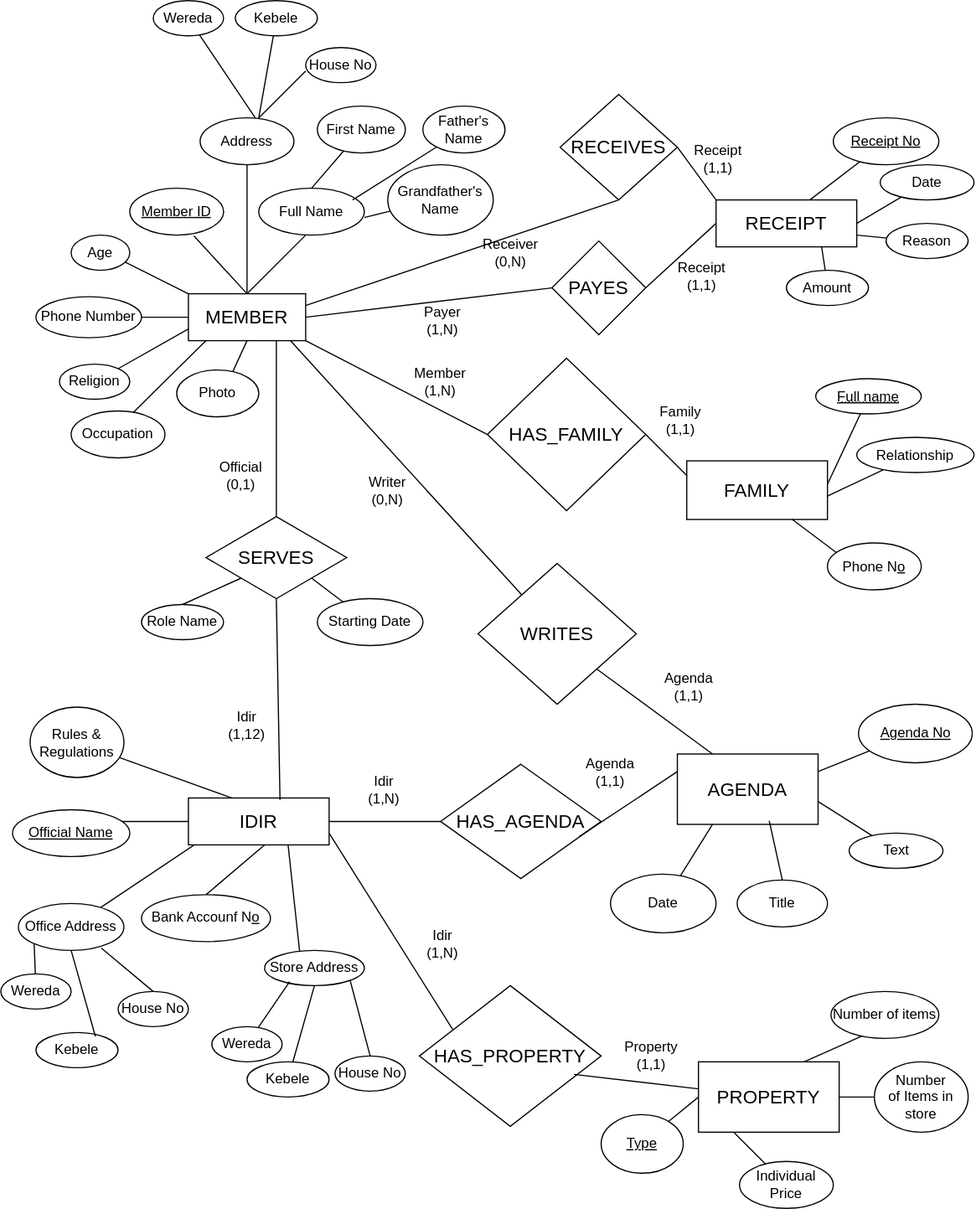
abe16s/IDIR keeps this draw.io diagram as Database/ER-Diagram_of_IDIR.svg. Above is the earlier version. Source tidied: cells renumbered, new cells last; positions are measured from the earlier drawing's top-left corner, leaving out a move shared by most shapes.
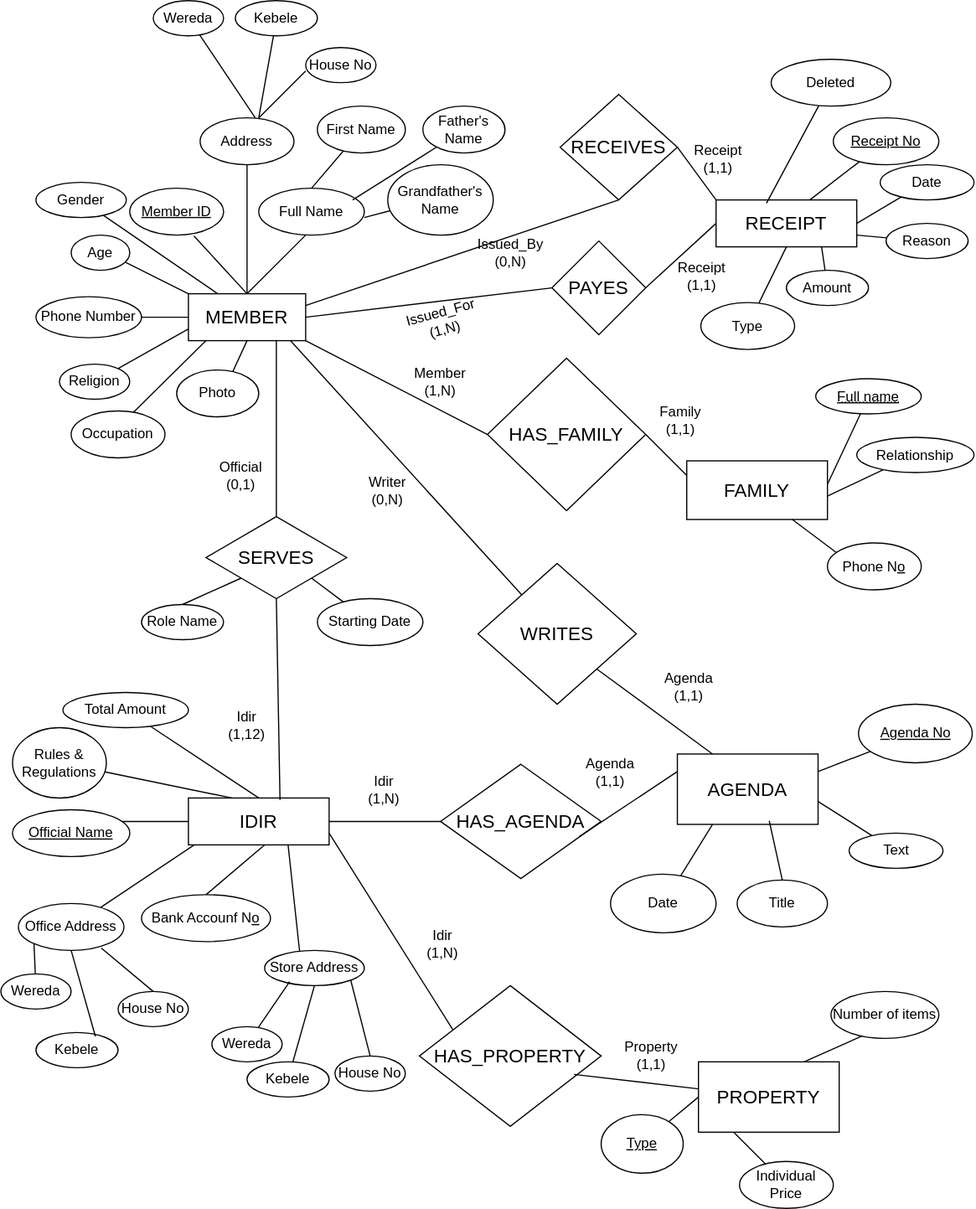
Above is the later version.

The edit, as a diff of the source:
```diff
@@ -298,14 +298,6 @@
     <mxCell id="79" value="Individual Price" style="ellipse;whiteSpace=wrap;html=1;" parent="1" vertex="1">
       <mxGeometry x="630" y="990" width="80" height="40" as="geometry" />
     </mxCell>
-    <mxCell id="80" style="endArrow=none;html=1;rounded=0;entryX=1;entryY=0.5;entryDx=0;entryDy=0;" parent="1" edge="1" target="65">
-      <mxGeometry relative="1" as="geometry">
-        <mxPoint x="762" y="935" as="sourcePoint" />
-      </mxGeometry>
-    </mxCell>
-    <mxCell id="81" value="Number&lt;br/&gt;of Items in store" style="ellipse;whiteSpace=wrap;html=1;" parent="1" vertex="1">
-      <mxGeometry x="745" y="905" width="80" height="60" as="geometry" />
-    </mxCell>
     <mxCell id="82" style="endArrow=none;html=1;rounded=0;labelBackgroundColor=none;fontColor=default;" parent="1" edge="1" target="83">
       <mxGeometry relative="1" as="geometry">
         <mxPoint x="703.5" y="240" as="sourcePoint" />
@@ -320,7 +312,7 @@
       </mxGeometry>
     </mxCell>
     <mxCell id="85" value="Rules &amp;amp; Regulations" style="ellipse;whiteSpace=wrap;html=1;" parent="1" vertex="1">
-      <mxGeometry x="25" y="602.5" width="80" height="60" as="geometry" />
+      <mxGeometry x="10" y="620" width="80" height="60" as="geometry" />
     </mxCell>
     <mxCell id="86" value="&lt;font style=&quot;font-size: 16px;&quot;&gt;HAS_AGENDA&lt;/font&gt;" style="rhombus;whiteSpace=wrap;html=1;" parent="1" vertex="1">
       <mxGeometry x="375" y="651.2" width="137" height="97.5" as="geometry" />
@@ -447,10 +439,10 @@
     <mxCell id="126" value="Family&lt;br&gt;(1,1)" style="text;html=1;strokeColor=none;fillColor=none;align=center;verticalAlign=middle;whiteSpace=wrap;rounded=0;" parent="1" vertex="1">
       <mxGeometry x="550" y="342.5" width="60" height="30" as="geometry" />
     </mxCell>
-    <mxCell id="127" value="Payer&lt;br&gt;(1,N)" style="text;html=1;strokeColor=none;fillColor=none;align=center;verticalAlign=middle;whiteSpace=wrap;rounded=0;" parent="1" vertex="1">
+    <mxCell id="127" value="Issued_For&lt;br&gt;(1,N)" style="text;html=1;strokeColor=none;fillColor=none;align=center;verticalAlign=middle;whiteSpace=wrap;rounded=0;rotation=-15;" parent="1" vertex="1">
       <mxGeometry x="347" y="257.5" width="60" height="30" as="geometry" />
     </mxCell>
-    <mxCell id="128" value="Receiver&lt;br&gt;(0,N)" style="text;html=1;strokeColor=none;fillColor=none;align=center;verticalAlign=middle;whiteSpace=wrap;rounded=0;" parent="1" vertex="1">
+    <mxCell id="128" value="Issued_By&lt;br&gt;(0,N)" style="text;html=1;strokeColor=none;fillColor=none;align=center;verticalAlign=middle;whiteSpace=wrap;rounded=0;" parent="1" vertex="1">
       <mxGeometry x="405" y="200" width="60" height="30" as="geometry" />
     </mxCell>
     <mxCell id="129" value="Receipt&lt;br&gt;(1,1)" style="text;html=1;strokeColor=none;fillColor=none;align=center;verticalAlign=middle;whiteSpace=wrap;rounded=0;" parent="1" vertex="1">
@@ -459,5 +451,46 @@
     <mxCell id="130" value="Receipt&lt;br&gt;(1,1)" style="text;html=1;strokeColor=none;fillColor=none;align=center;verticalAlign=middle;whiteSpace=wrap;rounded=0;" parent="1" vertex="1">
       <mxGeometry x="582" y="120" width="60" height="30" as="geometry" />
     </mxCell>
+    <mxCell id="131" style="endArrow=none;html=1;rounded=0;entryX=0.25;entryY=0;entryDx=0;entryDy=0;" parent="1" edge="1" source="133" target="2">
+      <mxGeometry relative="1" as="geometry" />
+    </mxCell>
+    <mxCell id="132" style="endArrow=none;html=1;rounded=0;entryX=0.25;entryY=0;entryDx=0;entryDy=0;" parent="1" edge="1" target="133">
+      <mxGeometry relative="1" as="geometry">
+        <mxPoint x="67" y="160" as="sourcePoint" />
+      </mxGeometry>
+    </mxCell>
+    <mxCell id="133" value="Gender" style="ellipse;whiteSpace=wrap;html=1;" parent="1" vertex="1">
+      <mxGeometry x="30" y="155" width="77" height="30" as="geometry" />
+    </mxCell>
+    <mxCell id="134" style="endArrow=none;html=1;rounded=0;" parent="1" edge="1" source="136">
+      <mxGeometry relative="1" as="geometry">
+        <mxPoint x="220" y="680" as="targetPoint" />
+      </mxGeometry>
+    </mxCell>
+    <mxCell id="135" style="endArrow=none;html=1;rounded=0;entryX=0.416;entryY=0.168;entryDx=0;entryDy=0;entryPerimeter=0;" parent="1" edge="1" target="136">
+      <mxGeometry relative="1" as="geometry">
+        <mxPoint x="137" y="610" as="sourcePoint" />
+      </mxGeometry>
+    </mxCell>
+    <mxCell id="136" value="Total Amount" style="ellipse;whiteSpace=wrap;html=1;" parent="1" vertex="1">
+      <mxGeometry x="53" y="590" width="107" height="30" as="geometry" />
+    </mxCell>
+    <mxCell id="137" style="endArrow=none;html=1;rounded=0;entryX=0.358;entryY=0.072;entryDx=0;entryDy=0;entryPerimeter=0;" parent="1" edge="1" source="139" target="43">
+      <mxGeometry relative="1" as="geometry" />
+    </mxCell>
+    <mxCell id="138" style="endArrow=none;html=1;rounded=0;entryX=0.358;entryY=0.072;entryDx=0;entryDy=0;entryPerimeter=0;" parent="1" edge="1" target="139">
+      <mxGeometry relative="1" as="geometry">
+        <mxPoint x="677" y="70" as="sourcePoint" />
+      </mxGeometry>
+    </mxCell>
+    <mxCell id="139" value="Deleted" style="ellipse;whiteSpace=wrap;html=1;" parent="1" vertex="1">
+      <mxGeometry x="657" y="50" width="102" height="40" as="geometry" />
+    </mxCell>
+    <mxCell id="140" style="endArrow=none;html=1;rounded=0;entryX=0.5;entryY=1;entryDx=0;entryDy=0;" parent="1" edge="1" source="141" target="43">
+      <mxGeometry relative="1" as="geometry" />
+    </mxCell>
+    <mxCell id="141" value="Type" style="ellipse;whiteSpace=wrap;html=1;" parent="1" vertex="1">
+      <mxGeometry x="597" y="257.5" width="80" height="40" as="geometry" />
+    </mxCell>
   </root>
 </mxGraphModel>
```
